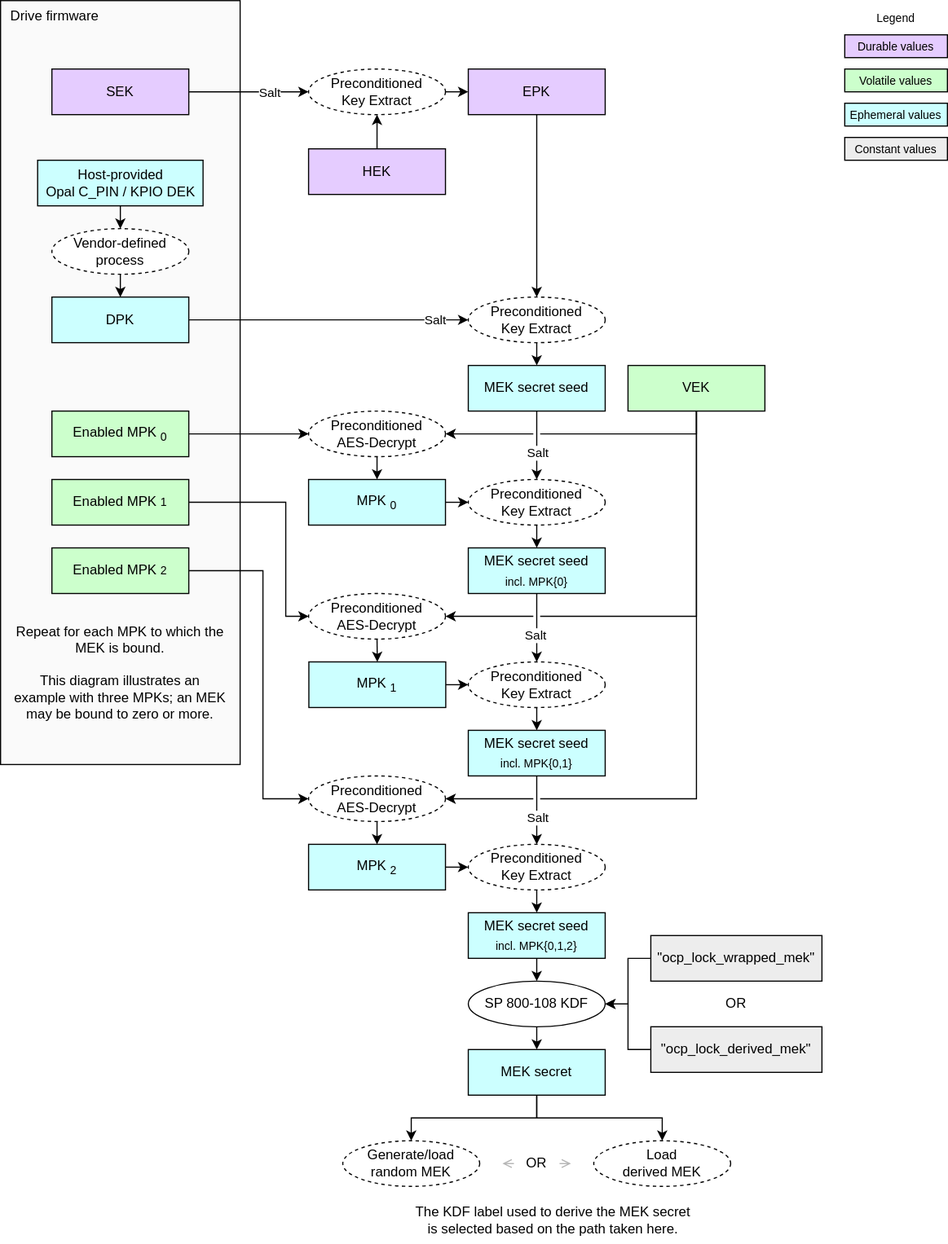
This is doc/ocp_lock/diagrams/mek_secret_derivation.drawio.svg from chipsalliance/Caliptra, a draw.io export, as it was before one commit. Source tidied: cells renumbered, new cells last; positions are measured from the earlier drawing's top-left corner, leaving out a move shared by most shapes.
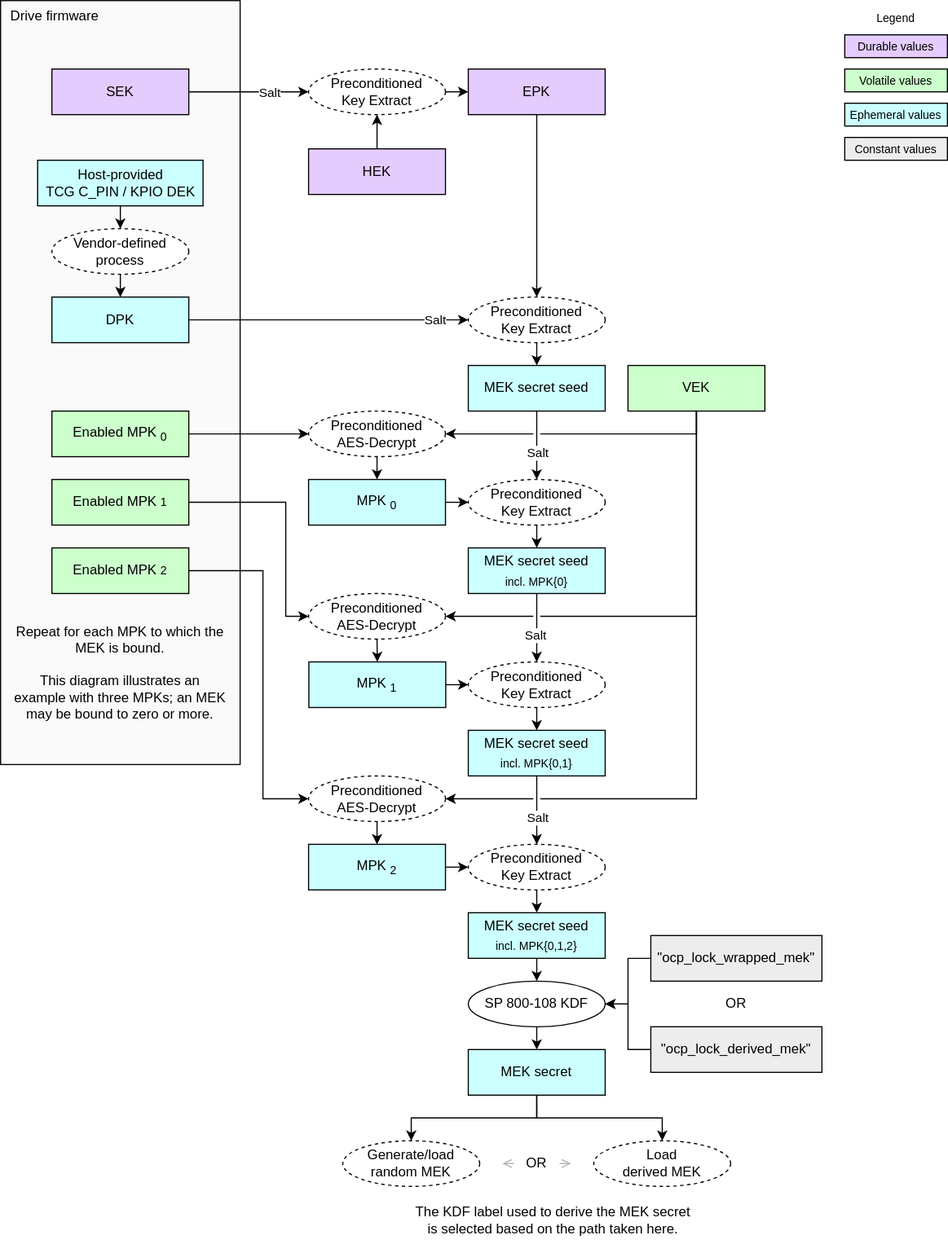
The same file after the commit.

Commit message:
Rename "Opal C_PIN" to "TCG C_PIN". (#566)

What changed in the source:
```diff
@@ -156,7 +156,7 @@
     <mxCell id="48" style="edgeStyle=none;html=1;exitX=0.5;exitY=1;exitDx=0;exitDy=0;entryX=0.5;entryY=0;entryDx=0;entryDy=0;" parent="1" edge="1" source="49" target="47">
       <mxGeometry relative="1" as="geometry" />
     </mxCell>
-    <mxCell id="49" value="&lt;div&gt;&lt;font color=&quot;#000000&quot;&gt;Host-provided&lt;/font&gt;&lt;/div&gt;&lt;div&gt;&lt;font color=&quot;#000000&quot;&gt;Opal C_PIN / KPIO DEK&lt;/font&gt;&lt;/div&gt;" style="rounded=0;whiteSpace=wrap;html=1;align=center;verticalAlign=middle;shadow=0;glass=0;spacingLeft=0;spacingBottom=0;spacingTop=0;fillColor=#CCFFFF;" parent="1" vertex="1">
+    <mxCell id="49" value="&lt;div&gt;&lt;font color=&quot;#000000&quot;&gt;Host-provided&lt;/font&gt;&lt;/div&gt;&lt;div&gt;&lt;font color=&quot;#000000&quot;&gt;TCG C_PIN / KPIO DEK&lt;/font&gt;&lt;/div&gt;" style="rounded=0;whiteSpace=wrap;html=1;align=center;verticalAlign=middle;shadow=0;glass=0;spacingLeft=0;spacingBottom=0;spacingTop=0;fillColor=#CCFFFF;" parent="1" vertex="1">
       <mxGeometry x="32.5" y="140" width="145" height="40" as="geometry" />
     </mxCell>
     <mxCell id="50" value="Repeat for each MPK to which the MEK is bound.&lt;div&gt;&lt;br&gt;&lt;/div&gt;&lt;div&gt;This diagram illustrates an example with three MPKs; an MEK may be bound to zero or more.&lt;/div&gt;" style="text;strokeColor=none;align=center;fillColor=none;html=1;verticalAlign=top;whiteSpace=wrap;rounded=0;" parent="1" vertex="1">
```
